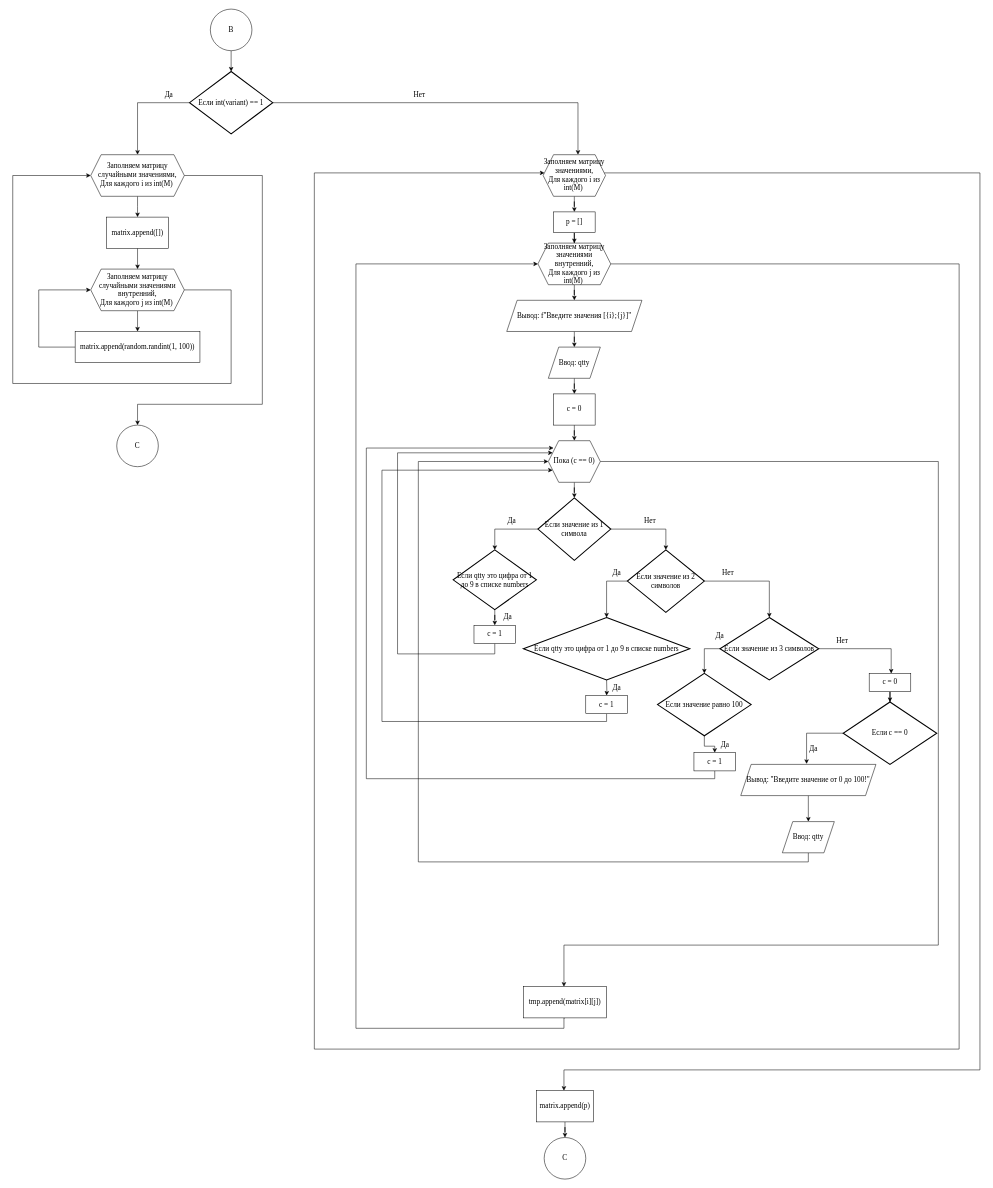
The draw.io diagram page "Страница 3" (3 of 8) of 1 курс/1 семестр/Информатика/Практические работы/12/Диаграмма 12.drawio in Kirill010/RTU-MIREA, before the edit. Source tidied: cells renumbered, new cells numbered last; positions are measured from the earlier drawing's top-left corner, leaving out a move shared by most shapes. Both pictures are drawn from the tidied source at 52%, with x=0, y=0 at pixel (12, 9).
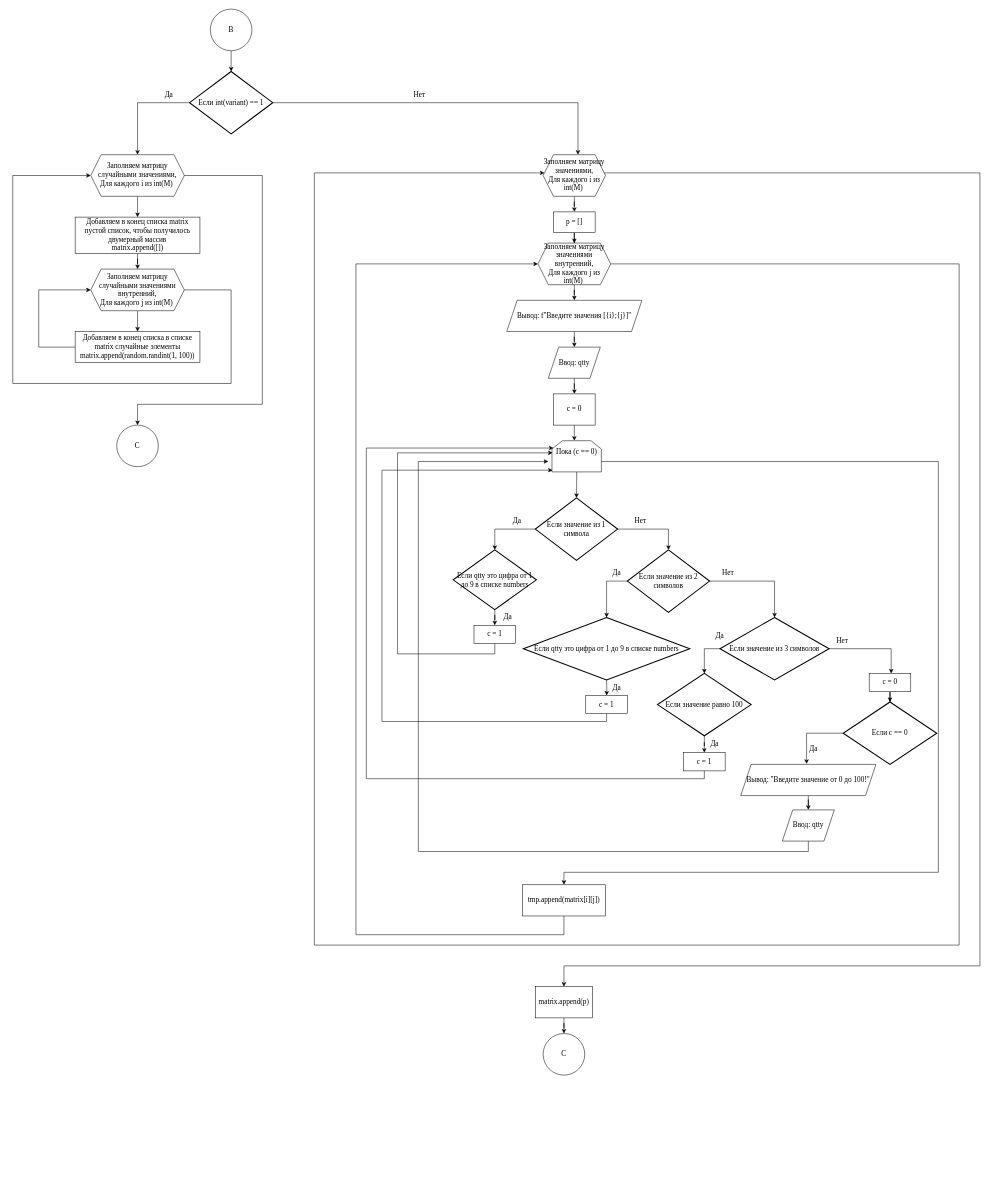
Above is the later version.

Unchanged cells that the change refers to:
```xml
<mxCell id="21" value="Заполняем матрицу значениями,&lt;br style=&quot;border-color: var(--border-color);&quot;&gt;Для каждого i из int(M)&amp;nbsp;" style="shape=hexagon;perimeter=hexagonPerimeter2;whiteSpace=wrap;html=1;fixedSize=1;fontFamily=Times New Roman;fontSize=14;" parent="1" vertex="1">
  <mxGeometry x="1020" y="280" width="120" height="80" as="geometry" />
</mxCell>
<mxCell id="26" value="Заполняем матрицу значениями внутренний,&lt;br style=&quot;border-color: var(--border-color);&quot;&gt;Для каждого j из int(M)&amp;nbsp;" style="shape=hexagon;perimeter=hexagonPerimeter2;whiteSpace=wrap;html=1;fixedSize=1;fontFamily=Times New Roman;fontSize=14;" parent="1" vertex="1">
  <mxGeometry x="1010" y="450" width="140" height="80" as="geometry" />
</mxCell>
<mxCell id="32" value="c = 0" style="rounded=0;whiteSpace=wrap;html=1;fontFamily=Times New Roman;fontSize=14;" parent="1" vertex="1">
  <mxGeometry x="1040" y="740" width="80" height="60" as="geometry" />
</mxCell>
<mxCell id="44" value="c = 1" style="rounded=0;whiteSpace=wrap;html=1;fontFamily=Times New Roman;fontSize=14;" parent="1" vertex="1">
  <mxGeometry x="887" y="1185" width="80" height="35" as="geometry" />
</mxCell>
<mxCell id="51" value="c = 1" style="rounded=0;whiteSpace=wrap;html=1;fontFamily=Times New Roman;fontSize=14;" parent="1" vertex="1">
  <mxGeometry x="1102" y="1320" width="80" height="35" as="geometry" />
</mxCell>
```

The edit, as a diff of the source:
```diff
@@
-    <mxCell id="13" value="matrix.append([])" style="rounded=0;whiteSpace=wrap;html=1;fontFamily=Times New Roman;fontSize=14;" parent="1" vertex="1">
-      <mxGeometry x="180" y="400" width="120" height="60" as="geometry" />
+    <mxCell id="13" value="Добавляем в конец списка matrix пустой список, чтобы получилось двумерный массив&lt;br&gt;matrix.append([])" style="rounded=0;whiteSpace=wrap;html=1;fontFamily=Times New Roman;fontSize=14;" parent="1" vertex="1">
+      <mxGeometry x="120" y="400" width="240" height="70" as="geometry" />
     </mxCell>
@@
-    <mxCell id="18" value="matrix.append(random.randint(1, 100))" style="rounded=0;whiteSpace=wrap;html=1;fontFamily=Times New Roman;fontSize=14;" parent="1" vertex="1">
+    <mxCell id="18" value="Добавляем в конец списка в списке matrix случайные элементы&lt;br&gt;matrix.append(random.randint(1, 100))" style="rounded=0;whiteSpace=wrap;html=1;fontFamily=Times New Roman;fontSize=14;" parent="1" vertex="1">
       <mxGeometry x="120" y="620" width="240" height="60" as="geometry" />
     </mxCell>
     <mxCell id="19" style="edgeStyle=orthogonalEdgeStyle;rounded=0;jettySize=auto;html=1;fontFamily=Times New Roman;fontSize=14;" parent="1" edge="1" source="21">
       <mxGeometry relative="1" as="geometry">
-        <mxPoint x="1060" y="2080" as="targetPoint" />
+        <mxPoint x="1060" y="1880" as="targetPoint" />
         <Array as="points">
           <mxPoint x="1860" y="315" />
-          <mxPoint x="1860" y="2040" />
-          <mxPoint x="1060" y="2040" />
+          <mxPoint x="1860" y="1840" />
+          <mxPoint x="1060" y="1840" />
         </Array>
       </mxGeometry>
     </mxCell>
@@
     <mxCell id="24" style="edgeStyle=orthogonalEdgeStyle;rounded=0;jettySize=auto;html=1;fontFamily=Times New Roman;fontSize=14;" parent="1" edge="1" source="26" target="21">
       <mxGeometry relative="1" as="geometry">
         <Array as="points">
           <mxPoint x="1820" y="490" />
-          <mxPoint x="1820" y="2000" />
-          <mxPoint x="580" y="2000" />
+          <mxPoint x="1820" y="1800" />
+          <mxPoint x="580" y="1800" />
           <mxPoint x="580" y="315" />
         </Array>
       </mxGeometry>
     </mxCell>
@@
-    <mxCell id="31" style="edgeStyle=orthogonalEdgeStyle;rounded=0;jettySize=auto;html=1;entryX=0.5;entryY=0;entryDx=0;entryDy=0;fontFamily=Times New Roman;fontSize=14;" parent="1" edge="1" source="32" target="35">
-      <mxGeometry relative="1" as="geometry" />
+    <mxCell id="31" style="edgeStyle=orthogonalEdgeStyle;rounded=0;jettySize=auto;html=1;entryX=0.5;entryY=0;entryDx=0;entryDy=0;fontFamily=Times New Roman;fontSize=14;" parent="1" edge="1" source="32">
+      <mxGeometry relative="1" as="geometry">
+        <mxPoint x="1080" y="830" as="targetPoint" />
+      </mxGeometry>
     </mxCell>
@@
-    <mxCell id="33" style="edgeStyle=orthogonalEdgeStyle;rounded=0;jettySize=auto;html=1;fontFamily=Times New Roman;fontSize=14;" parent="1" edge="1" source="35" target="76">
+    <mxCell id="33" style="edgeStyle=orthogonalEdgeStyle;rounded=0;jettySize=auto;html=1;fontFamily=Times New Roman;fontSize=14;" parent="1" edge="1" target="76">
       <mxGeometry relative="1" as="geometry">
+        <mxPoint x="1130" y="870" as="sourcePoint" />
         <Array as="points">
           <mxPoint x="1780" y="870" />
-          <mxPoint x="1780" y="1800" />
-          <mxPoint x="1060" y="1800" />
+          <mxPoint x="1780" y="1660" />
+          <mxPoint x="1060" y="1660" />
         </Array>
       </mxGeometry>
     </mxCell>
-    <mxCell id="34" style="edgeStyle=orthogonalEdgeStyle;rounded=0;jettySize=auto;html=1;entryX=0.5;entryY=0;entryDx=0;entryDy=0;entryPerimeter=0;" parent="1" edge="1" source="35" target="38">
+    <mxCell id="34" style="edgeStyle=orthogonalEdgeStyle;rounded=0;jettySize=auto;html=1;entryX=0.5;entryY=0;entryDx=0;entryDy=0;entryPerimeter=0;exitX=0.5;exitY=1;exitDx=0;exitDy=0;" parent="1" edge="1" source="35" target="38">
       <mxGeometry relative="1" as="geometry" />
     </mxCell>
-    <mxCell id="35" value="Пока (c == 0)" style="shape=hexagon;perimeter=hexagonPerimeter2;whiteSpace=wrap;html=1;fixedSize=1;fontFamily=Times New Roman;fontSize=14;" parent="1" vertex="1">
-      <mxGeometry x="1030" y="830" width="100" height="80" as="geometry" />
-    </mxCell>
@@
     <mxCell id="38" value="Если значение из 1 символа" style="strokeWidth=2;html=1;shape=mxgraph.flowchart.decision;whiteSpace=wrap;fontFamily=Times New Roman;fontSize=14;" parent="1" vertex="1">
-      <mxGeometry x="1010" y="940" width="140" height="120" as="geometry" />
+      <mxGeometry x="1005" y="940" width="158.2" height="120" as="geometry" />
     </mxCell>
     <mxCell id="39" value="Нет" style="text;html=1;align=center;verticalAlign=middle;strokeColor=none;fillColor=none;fontSize=14;fontFamily=Times New Roman;" parent="1" vertex="1">
-      <mxGeometry x="1200" y="970" width="50" height="30" as="geometry" />
+      <mxGeometry x="1182" y="970" width="50" height="30" as="geometry" />
     </mxCell>
     <mxCell id="40" value="Да" style="text;html=1;strokeColor=none;fillColor=none;align=center;verticalAlign=middle;whiteSpace=wrap;rounded=0;fontFamily=Times New Roman;fontSize=14;" parent="1" vertex="1">
-      <mxGeometry x="930" y="970" width="60" height="30" as="geometry" />
+      <mxGeometry x="940" y="970" width="60" height="30" as="geometry" />
     </mxCell>
@@
-    <mxCell id="43" style="edgeStyle=orthogonalEdgeStyle;rounded=0;jettySize=auto;html=1;fontFamily=Times New Roman;fontSize=14;entryX=0;entryY=0.25;entryDx=0;entryDy=0;" parent="1" edge="1" source="44" target="35">
+    <mxCell id="43" style="edgeStyle=orthogonalEdgeStyle;rounded=0;jettySize=auto;html=1;fontFamily=Times New Roman;fontSize=14;entryX=0;entryY=0.25;entryDx=0;entryDy=0;" parent="1" edge="1" source="44">
       <mxGeometry relative="1" as="geometry">
+        <mxPoint x="1038.3" y="853.3" as="targetPoint" />
         <Array as="points">
           <mxPoint x="927" y="1240" />
           <mxPoint x="740" y="1240" />
           <mxPoint x="740" y="853" />
         </Array>
       </mxGeometry>
     </mxCell>
@@
     <mxCell id="46" value="Если значение из 2 символов" style="strokeWidth=2;html=1;shape=mxgraph.flowchart.decision;whiteSpace=wrap;fontFamily=Times New Roman;fontSize=14;" parent="1" vertex="1">
-      <mxGeometry x="1182" y="1040" width="148" height="120" as="geometry" />
+      <mxGeometry x="1182" y="1040" width="158" height="120" as="geometry" />
     </mxCell>
@@
-    <mxCell id="50" style="edgeStyle=orthogonalEdgeStyle;rounded=0;jettySize=auto;html=1;fontFamily=Times New Roman;fontSize=14;entryX=0;entryY=0.75;entryDx=0;entryDy=0;exitX=0.5;exitY=1;exitDx=0;exitDy=0;" parent="1" edge="1" source="51" target="35">
+    <mxCell id="50" style="edgeStyle=orthogonalEdgeStyle;rounded=0;jettySize=auto;html=1;fontFamily=Times New Roman;fontSize=14;entryX=0;entryY=0.75;entryDx=0;entryDy=0;exitX=0.5;exitY=1;exitDx=0;exitDy=0;" parent="1" edge="1" source="51">
       <mxGeometry relative="1" as="geometry">
+        <mxPoint x="1038.3" y="886.7" as="targetPoint" />
         <Array as="points">
           <mxPoint x="1142" y="1370" />
           <mxPoint x="710" y="1370" />
           <mxPoint x="710" y="887" />
         </Array>
       </mxGeometry>
     </mxCell>
@@
     <mxCell id="56" value="Если значение из 3 символов" style="strokeWidth=2;html=1;shape=mxgraph.flowchart.decision;whiteSpace=wrap;fontFamily=Times New Roman;fontSize=14;" parent="1" vertex="1">
-      <mxGeometry x="1360" y="1170" width="190" height="120" as="geometry" />
+      <mxGeometry x="1360" y="1170" width="210" height="120" as="geometry" />
     </mxCell>
@@
-    <mxCell id="60" style="edgeStyle=orthogonalEdgeStyle;rounded=0;jettySize=auto;html=1;entryX=0.1;entryY=0.176;entryDx=0;entryDy=0;entryPerimeter=0;" parent="1" edge="1" source="61" target="35">
+    <mxCell id="60" style="edgeStyle=orthogonalEdgeStyle;rounded=0;jettySize=auto;html=1;entryX=0.1;entryY=0.176;entryDx=0;entryDy=0;entryPerimeter=0;" parent="1" edge="1" source="61">
       <mxGeometry relative="1" as="geometry">
+        <mxPoint x="1040" y="844.1" as="targetPoint" />
         <Array as="points">
-          <mxPoint x="1350" y="1480" />
+          <mxPoint x="1330" y="1480" />
           <mxPoint x="680" y="1480" />
           <mxPoint x="680" y="844" />
         </Array>
       </mxGeometry>
     </mxCell>
     <mxCell id="61" value="c = 1" style="rounded=0;whiteSpace=wrap;html=1;fontFamily=Times New Roman;fontSize=14;" parent="1" vertex="1">
-      <mxGeometry x="1310" y="1430" width="80" height="35" as="geometry" />
+      <mxGeometry x="1290" y="1430" width="80" height="35" as="geometry" />
     </mxCell>
@@
     <mxCell id="64" value="Да" style="text;html=1;strokeColor=none;fillColor=none;align=center;verticalAlign=middle;whiteSpace=wrap;rounded=0;fontFamily=Times New Roman;fontSize=14;" parent="1" vertex="1">
-      <mxGeometry x="1340" y="1400" width="60" height="30" as="geometry" />
+      <mxGeometry x="1320" y="1397.5" width="60" height="30" as="geometry" />
     </mxCell>
@@
-    <mxCell id="72" style="edgeStyle=orthogonalEdgeStyle;rounded=0;jettySize=auto;html=1;fontFamily=Times New Roman;fontSize=14;entryX=0;entryY=0.5;entryDx=0;entryDy=0;" parent="1" edge="1" source="73" target="35">
+    <mxCell id="72" style="edgeStyle=orthogonalEdgeStyle;rounded=0;jettySize=auto;html=1;fontFamily=Times New Roman;fontSize=14;entryX=0;entryY=0.5;entryDx=0;entryDy=0;" parent="1" edge="1" source="73">
       <mxGeometry relative="1" as="geometry">
+        <mxPoint x="1030" y="870" as="targetPoint" />
         <Array as="points">
-          <mxPoint x="1530" y="1640" />
-          <mxPoint x="780" y="1640" />
+          <mxPoint x="1530" y="1620" />
+          <mxPoint x="780" y="1620" />
           <mxPoint x="780" y="870" />
         </Array>
       </mxGeometry>
     </mxCell>
     <mxCell id="73" value="Ввод: qtty" style="shape=parallelogram;perimeter=parallelogramPerimeter;whiteSpace=wrap;html=1;fixedSize=1;fontFamily=Times New Roman;fontSize=14;" parent="1" vertex="1">
-      <mxGeometry x="1480" y="1562.5" width="100" height="60" as="geometry" />
+      <mxGeometry x="1480" y="1540" width="100" height="60" as="geometry" />
     </mxCell>
@@
     <mxCell id="75" style="edgeStyle=orthogonalEdgeStyle;rounded=0;jettySize=auto;html=1;fontFamily=Times New Roman;fontSize=14;exitX=0.5;exitY=1;exitDx=0;exitDy=0;" parent="1" edge="1" source="76" target="26">
       <mxGeometry relative="1" as="geometry">
         <Array as="points">
-          <mxPoint x="1060" y="1940" />
-          <mxPoint x="1060" y="1960" />
-          <mxPoint x="660" y="1960" />
+          <mxPoint x="1060" y="1780" />
+          <mxPoint x="660" y="1780" />
           <mxPoint x="660" y="490" />
         </Array>
       </mxGeometry>
     </mxCell>
     <mxCell id="76" value="tmp.append(matrix[i][j])" style="rounded=0;whiteSpace=wrap;html=1;fontFamily=Times New Roman;fontSize=14;" parent="1" vertex="1">
-      <mxGeometry x="982" y="1880" width="160" height="60" as="geometry" />
+      <mxGeometry x="980" y="1684" width="160" height="60" as="geometry" />
     </mxCell>
@@
     <mxCell id="78" value="matrix.append(p)" style="rounded=0;whiteSpace=wrap;html=1;fontFamily=Times New Roman;fontSize=14;" parent="1" vertex="1">
-      <mxGeometry x="1007" y="2080" width="110" height="60" as="geometry" />
+      <mxGeometry x="1005" y="1880" width="110" height="60" as="geometry" />
     </mxCell>
     <mxCell id="79" value="C" style="ellipse;whiteSpace=wrap;html=1;fontFamily=Times New Roman;fontSize=14;" parent="1" vertex="1">
-      <mxGeometry x="1022" y="2170" width="80" height="80" as="geometry" />
+      <mxGeometry x="1020" y="1970" width="80" height="80" as="geometry" />
     </mxCell>
@@
+    <mxCell id="35" value="&#10;&lt;span style=&quot;color: rgb(0, 0, 0); font-family: &amp;quot;Times New Roman&amp;quot;; font-size: 14px; font-style: normal; font-variant-ligatures: normal; font-variant-caps: normal; font-weight: 400; letter-spacing: normal; orphans: 2; text-align: center; text-indent: 0px; text-transform: none; widows: 2; word-spacing: 0px; -webkit-text-stroke-width: 0px; background-color: rgb(251, 251, 251); text-decoration-thickness: initial; text-decoration-style: initial; text-decoration-color: initial; float: none; display: inline !important;&quot;&gt;Пока (c == 0)&lt;/span&gt;&#10;&#10;" style="shape=loopLimit;whiteSpace=wrap;html=1;" parent="1" vertex="1">
+      <mxGeometry x="1037" y="830" width="95" height="60" as="geometry" />
+    </mxCell>
```
